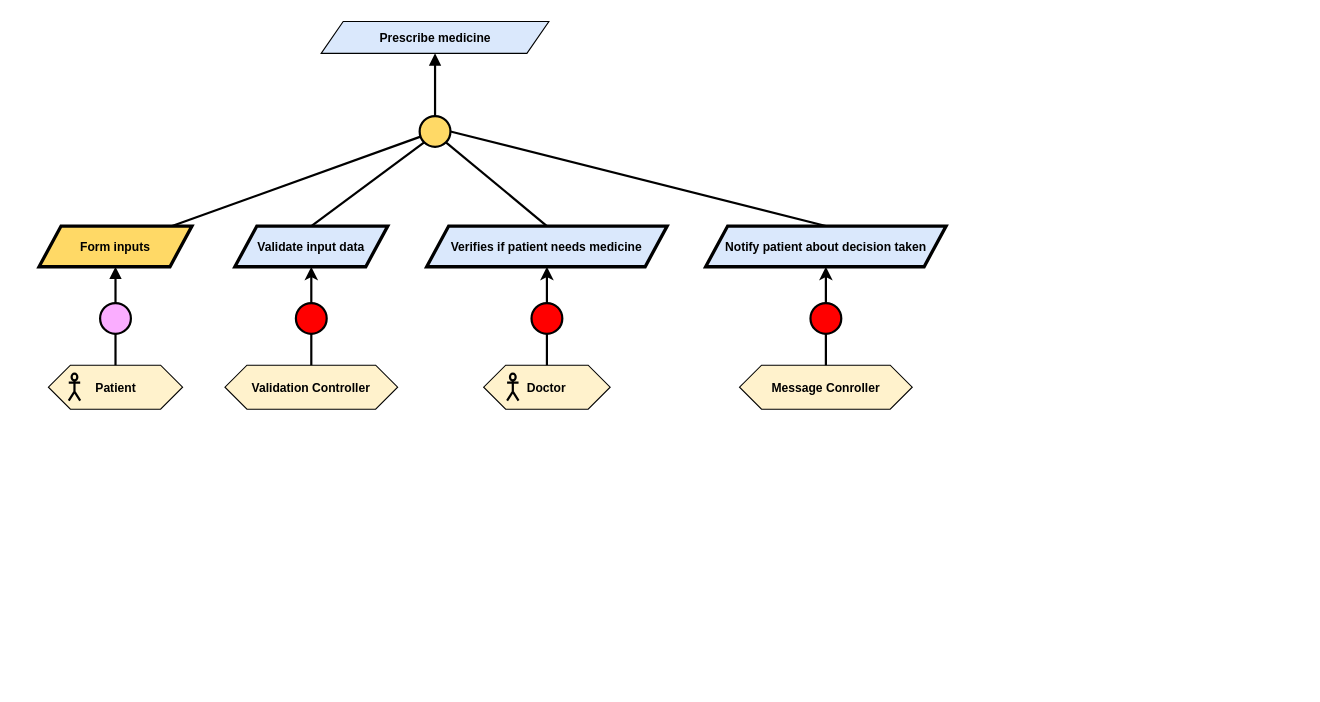
RafaelCMira/myclinic-msp-project keeps this draw.io diagram as Kaos/KAOS 12.drawio. Above is the earlier version. Source tidied: cells renumbered, new cells numbered last; positions are measured from the earlier drawing's top-left corner, leaving out a move shared by most shapes. Both pictures are drawn from the tidied source at 110%, with x=0, y=0 at pixel (38, 21).
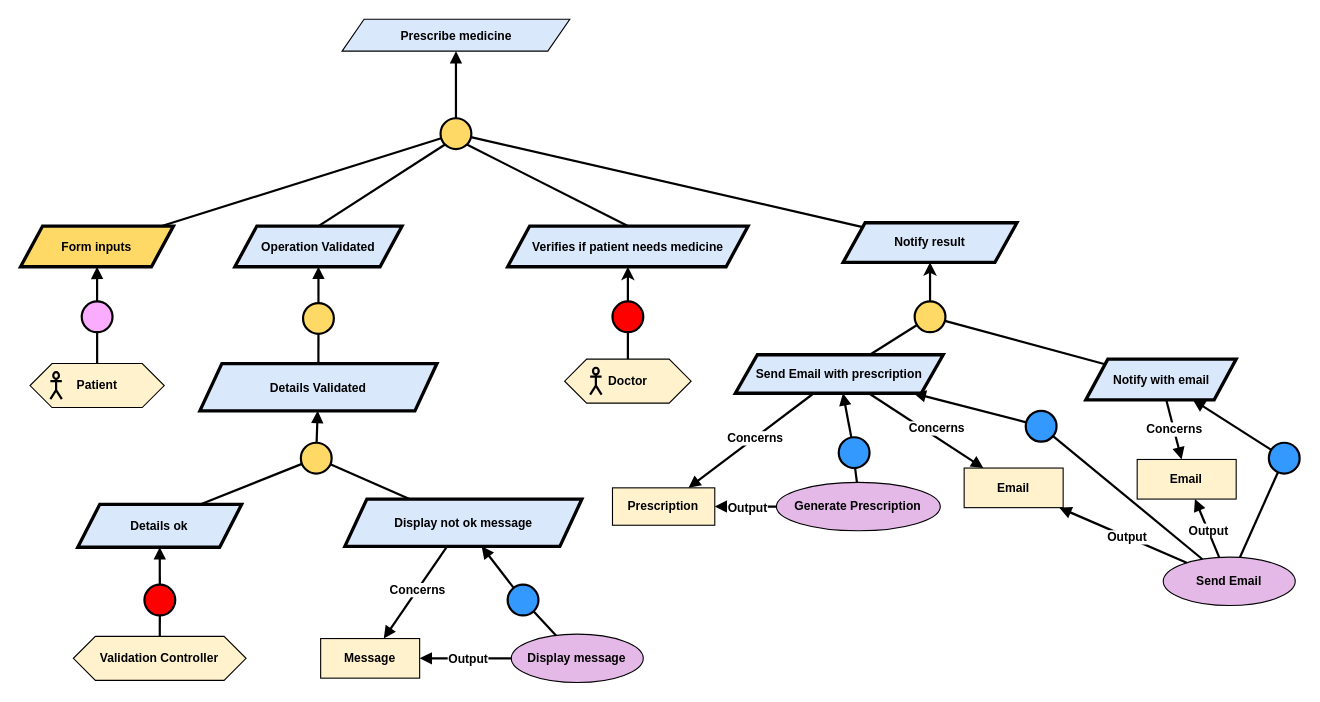
Above is the later version.

The edit, as a diff of the source:
```diff
@@
     <mxCell id="2" value="&lt;b&gt;Prescribe medicine&lt;/b&gt;" style="shape=parallelogram;perimeter=parallelogramPerimeter;whiteSpace=wrap;html=1;fixedSize=1;fillColor=#dae8fc;strokeColor=#000000;fontFamily=Helvetica;fontSize=11;fontColor=default;labelBackgroundColor=none;" parent="1" vertex="1">
-      <mxGeometry x="256.5" width="207" height="29" as="geometry" />
+      <mxGeometry x="275.5" y="-2" width="207" height="29" as="geometry" />
     </mxCell>
     <mxCell id="3" value="&lt;b&gt;Form inputs&lt;/b&gt;" style="shape=parallelogram;perimeter=parallelogramPerimeter;whiteSpace=wrap;html=1;fixedSize=1;fillColor=#FFD966;strokeColor=#000000;strokeWidth=3;fontFamily=Helvetica;fontSize=11;fontColor=default;labelBackgroundColor=none;" parent="1" vertex="1">
-      <mxGeometry y="186" width="139" height="37" as="geometry" />
+      <mxGeometry x="-16.8" y="186" width="139" height="37" as="geometry" />
     </mxCell>
     <mxCell id="4" value="&lt;b&gt;Patient&lt;/b&gt;" style="shape=hexagon;perimeter=hexagonPerimeter2;whiteSpace=wrap;html=1;fixedSize=1;fillColor=#FFF2CC;fontFamily=Helvetica;fontSize=11;fontColor=default;labelBackgroundColor=none;" parent="1" vertex="1">
-      <mxGeometry x="8.5" y="312.5" width="122" height="40" as="geometry" />
+      <mxGeometry x="-8.2" y="311" width="122" height="40" as="geometry" />
     </mxCell>
     <mxCell id="5" style="shape=umlActor;verticalLabelPosition=bottom;verticalAlign=top;html=1;fillColor=none;strokeWidth=2;fontFamily=Helvetica;fontSize=11;fontColor=default;labelBackgroundColor=default;" parent="1" vertex="1">
-      <mxGeometry x="27" y="320.2" width="10.4" height="24.5" as="geometry" />
+      <mxGeometry x="10.3" y="318.8" width="10.4" height="24.5" as="geometry" />
     </mxCell>
     <mxCell id="6" style="ellipse;whiteSpace=wrap;html=1;fillColor=#FFD966;strokeWidth=2;" parent="1" vertex="1">
-      <mxGeometry x="346" y="86" width="28" height="28" as="geometry" />
+      <mxGeometry x="365" y="88" width="28" height="28" as="geometry" />
     </mxCell>
@@
     <mxCell id="9" style="ellipse;whiteSpace=wrap;html=1;fillColor=#FAADFF;strokeWidth=2;fontFamily=Helvetica;fontSize=11;fontColor=default;labelBackgroundColor=default;" parent="1" vertex="1">
-      <mxGeometry x="55.5" y="256" width="28" height="28" as="geometry" />
+      <mxGeometry x="38.8" y="254.5" width="28" height="28" as="geometry" />
     </mxCell>
@@
-    <mxCell id="12" value="&lt;b&gt;Doctor&lt;/b&gt;" style="shape=hexagon;perimeter=hexagonPerimeter2;whiteSpace=wrap;html=1;fixedSize=1;fillColor=#FFF2CC;fontFamily=Helvetica;fontSize=11;fontColor=default;labelBackgroundColor=none;" parent="1" vertex="1">
-      <mxGeometry x="404.2" y="312.5" width="115" height="40" as="geometry" />
-    </mxCell>
-    <mxCell id="13" style="shape=umlActor;verticalLabelPosition=bottom;verticalAlign=top;html=1;fillColor=none;strokeWidth=2;fontFamily=Helvetica;fontSize=11;fontColor=default;labelBackgroundColor=default;" parent="1" vertex="1">
-      <mxGeometry x="425.5" y="320.2" width="10.4" height="24.5" as="geometry" />
-    </mxCell>
     <mxCell id="14" style="ellipse;whiteSpace=wrap;html=1;fillColor=#FF0000;strokeWidth=2;fontFamily=Helvetica;fontSize=11;fontColor=default;labelBackgroundColor=default;" parent="1" vertex="1">
-      <mxGeometry x="447.7" y="256" width="28" height="28" as="geometry" />
+      <mxGeometry x="521.3" y="254.5" width="28" height="28" as="geometry" />
     </mxCell>
@@
     <mxCell id="16" value="&lt;b&gt;Validation Controller&lt;/b&gt;" style="shape=hexagon;perimeter=hexagonPerimeter2;whiteSpace=wrap;html=1;fixedSize=1;fillColor=#FFF2CC;fontFamily=Helvetica;fontSize=11;fontColor=default;labelBackgroundColor=none;" parent="1" vertex="1">
-      <mxGeometry x="169" y="312.5" width="157" height="40" as="geometry" />
+      <mxGeometry x="31.2" y="559" width="157" height="40" as="geometry" />
     </mxCell>
-    <mxCell id="17" value="&lt;b&gt;Validate input data&lt;/b&gt;" style="shape=parallelogram;perimeter=parallelogramPerimeter;whiteSpace=wrap;html=1;fixedSize=1;strokeWidth=3;fontFamily=Helvetica;fontSize=11;labelBackgroundColor=none;fillColor=#dae8fc;strokeColor=default;" parent="1" vertex="1">
-      <mxGeometry x="178" y="186" width="139" height="37" as="geometry" />
+    <mxCell id="17" value="&lt;b&gt;Operation Validated&lt;/b&gt;" style="shape=parallelogram;perimeter=parallelogramPerimeter;whiteSpace=wrap;html=1;fixedSize=1;strokeWidth=3;fontFamily=Helvetica;fontSize=11;labelBackgroundColor=none;fillColor=#dae8fc;strokeColor=default;" parent="1" vertex="1">
+      <mxGeometry x="178" y="186" width="152" height="37" as="geometry" />
     </mxCell>
-    <mxCell id="18" style="ellipse;whiteSpace=wrap;html=1;fillColor=#FF0000;strokeWidth=2;fontFamily=Helvetica;fontSize=11;fontColor=default;labelBackgroundColor=default;" parent="1" vertex="1">
-      <mxGeometry x="233.5" y="256" width="28" height="28" as="geometry" />
-    </mxCell>
-    <mxCell id="19" style="endArrow=classic;html=1;rounded=0;exitX=0.5;exitY=0;exitDx=0;exitDy=0;strokeWidth=2;" parent="1" edge="1" source="18" target="17">
-      <mxGeometry relative="1" as="geometry" />
-    </mxCell>
@@
     <mxCell id="21" value="&lt;b&gt;Verifies if patient needs medicine&lt;/b&gt;" style="shape=parallelogram;perimeter=parallelogramPerimeter;whiteSpace=wrap;html=1;fixedSize=1;strokeWidth=3;fontFamily=Helvetica;fontSize=11;labelBackgroundColor=none;fillColor=#dae8fc;strokeColor=default;" parent="1" vertex="1">
-      <mxGeometry x="352.4" y="186" width="218.6" height="37" as="geometry" />
+      <mxGeometry x="426" y="186" width="218.6" height="37" as="geometry" />
     </mxCell>
-    <mxCell id="22" style="endArrow=classic;html=1;rounded=0;exitX=0.5;exitY=0;exitDx=0;exitDy=0;strokeWidth=2;" parent="1" edge="1" source="14" target="21">
+    <mxCell id="22" style="endArrow=classic;html=1;rounded=0;strokeWidth=2;" parent="1" edge="1" source="14" target="21">
       <mxGeometry relative="1" as="geometry" />
     </mxCell>
@@
-    <mxCell id="24" value="&lt;b&gt;Notify patient about decision taken&lt;/b&gt;" style="shape=parallelogram;perimeter=parallelogramPerimeter;whiteSpace=wrap;html=1;fixedSize=1;strokeWidth=3;fontFamily=Helvetica;fontSize=11;labelBackgroundColor=none;fillColor=#dae8fc;strokeColor=default;" parent="1" vertex="1">
-      <mxGeometry x="606" y="186" width="218.6" height="37" as="geometry" />
-    </mxCell>
-    <mxCell id="25" value="&lt;b&gt;Message Conroller&lt;/b&gt;" style="shape=hexagon;perimeter=hexagonPerimeter2;whiteSpace=wrap;html=1;fixedSize=1;fillColor=#FFF2CC;fontFamily=Helvetica;fontSize=11;fontColor=default;labelBackgroundColor=none;" parent="1" vertex="1">
-      <mxGeometry x="636.8" y="312.5" width="157" height="40" as="geometry" />
-    </mxCell>
-    <mxCell id="26" style="ellipse;whiteSpace=wrap;html=1;fillColor=#FF0000;strokeWidth=2;fontFamily=Helvetica;fontSize=11;fontColor=default;labelBackgroundColor=default;" parent="1" vertex="1">
-      <mxGeometry x="701.3" y="256" width="28" height="28" as="geometry" />
-    </mxCell>
-    <mxCell id="27" style="endArrow=none;html=1;rounded=0;exitX=0.5;exitY=0;exitDx=0;exitDy=0;entryX=0.5;entryY=1;entryDx=0;entryDy=0;strokeWidth=2;" parent="1" edge="1" source="25" target="26">
-      <mxGeometry relative="1" as="geometry" />
-    </mxCell>
-    <mxCell id="28" style="endArrow=classic;html=1;rounded=0;exitX=0.5;exitY=0;exitDx=0;exitDy=0;entryX=0.5;entryY=1;entryDx=0;entryDy=0;strokeWidth=2;" parent="1" edge="1" source="26" target="24">
-      <mxGeometry relative="1" as="geometry" />
-    </mxCell>
-    <mxCell id="29" style="endArrow=none;html=1;rounded=0;exitX=1;exitY=0.5;exitDx=0;exitDy=0;entryX=0.5;entryY=0;entryDx=0;entryDy=0;strokeWidth=2;" parent="1" edge="1" source="6" target="24">
-      <mxGeometry relative="1" as="geometry" />
-    </mxCell>
-    <mxCell id="30" style="endArrow=none;html=1;rounded=0;strokeWidth=2;strokeColor=default;align=center;verticalAlign=middle;fontFamily=Helvetica;fontSize=11;fontColor=default;labelBackgroundColor=default;entryX=0.5;entryY=1;entryDx=0;entryDy=0;exitX=0.5;exitY=0;exitDx=0;exitDy=0;" parent="1" edge="1" source="16" target="18">
-      <mxGeometry relative="1" as="geometry" />
-    </mxCell>
+    <mxCell id="31" style="ellipse;whiteSpace=wrap;html=1;fillColor=#FFD966;strokeWidth=2;" parent="1" vertex="1">
+      <mxGeometry x="240" y="256" width="28" height="28" as="geometry" />
+    </mxCell>
+    <mxCell id="32" style="endArrow=block;html=1;rounded=0;endFill=1;strokeWidth=2;" parent="1" edge="1" source="31" target="17">
+      <mxGeometry relative="1" as="geometry" />
+    </mxCell>
+    <mxCell id="33" style="endArrow=none;html=1;rounded=0;strokeWidth=2;" parent="1" edge="1" source="34" target="31">
+      <mxGeometry relative="1" as="geometry" />
+    </mxCell>
+    <mxCell id="34" value="&lt;b&gt;Details Validated&lt;/b&gt;" style="shape=parallelogram;perimeter=parallelogramPerimeter;whiteSpace=wrap;html=1;fixedSize=1;fillColor=#dae8fc;strokeColor=#000000;strokeWidth=3;fontFamily=Helvetica;fontSize=11;fontColor=default;labelBackgroundColor=none;" parent="1" vertex="1">
+      <mxGeometry x="146.2" y="311" width="215.5" height="43" as="geometry" />
+    </mxCell>
+    <mxCell id="35" value="&lt;b&gt;Details ok&lt;/b&gt;" style="shape=parallelogram;perimeter=parallelogramPerimeter;whiteSpace=wrap;html=1;fixedSize=1;fillColor=#dae8fc;strokeColor=#000000;strokeWidth=3;fontFamily=Helvetica;fontSize=11;fontColor=default;labelBackgroundColor=none;" parent="1" vertex="1">
+      <mxGeometry x="35.2" y="439" width="149" height="39" as="geometry" />
+    </mxCell>
+    <mxCell id="36" value="&lt;b&gt;Display not ok message&lt;/b&gt;" style="shape=parallelogram;perimeter=parallelogramPerimeter;whiteSpace=wrap;html=1;fixedSize=1;fillColor=#dae8fc;strokeColor=#000000;strokeWidth=3;fontFamily=Helvetica;fontSize=11;fontColor=default;labelBackgroundColor=none;" parent="1" vertex="1">
+      <mxGeometry x="278" y="434.2" width="215.5" height="43" as="geometry" />
+    </mxCell>
+    <mxCell id="37" value="&lt;b&gt;Display message&lt;/b&gt;" style="ellipse;whiteSpace=wrap;html=1;fillColor=#E4B9E7;strokeColor=#000000;fontFamily=Helvetica;fontSize=11;fontColor=default;labelBackgroundColor=none;" parent="1" vertex="1">
+      <mxGeometry x="429.3" y="557" width="120" height="44" as="geometry" />
+    </mxCell>
+    <mxCell id="38" style="ellipse;whiteSpace=wrap;html=1;fillColor=#3399FF;strokeWidth=2;" parent="1" vertex="1">
+      <mxGeometry x="426" y="512" width="28" height="28" as="geometry" />
+    </mxCell>
+    <mxCell id="39" style="endArrow=block;html=1;rounded=0;endFill=1;strokeWidth=2;" parent="1" edge="1" source="38" target="36">
+      <mxGeometry relative="1" as="geometry" />
+    </mxCell>
+    <mxCell id="40" style="endArrow=none;html=1;rounded=0;strokeWidth=2;" parent="1" edge="1" source="37" target="38">
+      <mxGeometry relative="1" as="geometry" />
+    </mxCell>
+    <mxCell id="41" value="&lt;b&gt;Message&lt;/b&gt;" style="rounded=0;whiteSpace=wrap;html=1;fillColor=#FFF2CC;fontFamily=Helvetica;fontSize=11;fontColor=default;labelBackgroundColor=none;" parent="1" vertex="1">
+      <mxGeometry x="256" y="561" width="90" height="36" as="geometry" />
+    </mxCell>
+    <mxCell id="42" style="endArrow=block;html=1;rounded=0;endFill=1;strokeWidth=2;" parent="1" edge="1" source="36" target="41">
+      <mxGeometry relative="1" as="geometry" />
+    </mxCell>
+    <mxCell id="43" value="&lt;b&gt;Concerns&lt;/b&gt;" style="edgeLabel;html=1;align=center;verticalAlign=middle;" parent="42" vertex="1">
+      <mxGeometry x="-0.05" relative="1" as="geometry" />
+    </mxCell>
+    <mxCell id="44" style="endArrow=block;html=1;rounded=0;endFill=1;strokeWidth=2;" parent="1" edge="1" source="37" target="41">
+      <mxGeometry relative="1" as="geometry" />
+    </mxCell>
+    <mxCell id="45" value="&lt;b&gt;Output&lt;/b&gt;" style="edgeLabel;html=1;align=center;verticalAlign=middle;" parent="44" vertex="1">
+      <mxGeometry x="-0.05" relative="1" as="geometry" />
+    </mxCell>
+    <mxCell id="46" style="ellipse;whiteSpace=wrap;html=1;fillColor=#FF0000;strokeWidth=2;" parent="1" vertex="1">
+      <mxGeometry x="95.8" y="512" width="28" height="28" as="geometry" />
+    </mxCell>
+    <mxCell id="47" style="endArrow=block;html=1;rounded=0;endFill=1;strokeWidth=2;" parent="1" edge="1" source="46" target="35">
+      <mxGeometry relative="1" as="geometry" />
+    </mxCell>
+    <mxCell id="48" style="endArrow=none;html=1;rounded=0;strokeWidth=2;" parent="1" edge="1" source="16" target="46">
+      <mxGeometry relative="1" as="geometry" />
+    </mxCell>
+    <mxCell id="49" style="ellipse;whiteSpace=wrap;html=1;fillColor=#FFD966;strokeWidth=2;" parent="1" vertex="1">
+      <mxGeometry x="238" y="383" width="28" height="28" as="geometry" />
+    </mxCell>
+    <mxCell id="50" style="endArrow=block;html=1;rounded=0;endFill=1;strokeWidth=2;" parent="1" edge="1" source="49" target="34">
+      <mxGeometry relative="1" as="geometry" />
+    </mxCell>
+    <mxCell id="51" style="endArrow=none;html=1;rounded=0;strokeWidth=2;exitX=0.75;exitY=0;exitDx=0;exitDy=0;" parent="1" edge="1" source="35" target="49">
+      <mxGeometry relative="1" as="geometry" />
+    </mxCell>
+    <mxCell id="52" style="endArrow=none;html=1;rounded=0;strokeWidth=2;" parent="1" edge="1" source="49" target="36">
+      <mxGeometry relative="1" as="geometry" />
+    </mxCell>
+    <mxCell id="53" value="&lt;b&gt;Send Email with prescription&lt;/b&gt;" style="shape=parallelogram;perimeter=parallelogramPerimeter;whiteSpace=wrap;html=1;fixedSize=1;fillColor=#dae8fc;strokeColor=#000000;strokeWidth=3;fontFamily=Helvetica;fontSize=11;fontColor=default;labelBackgroundColor=none;" parent="1" vertex="1">
+      <mxGeometry x="633" y="303" width="189" height="35" as="geometry" />
+    </mxCell>
+    <mxCell id="54" style="ellipse;whiteSpace=wrap;html=1;fillColor=#FFD966;strokeWidth=2;" parent="1" vertex="1">
+      <mxGeometry x="796" y="254.5" width="28" height="28" as="geometry" />
+    </mxCell>
+    <mxCell id="55" style="endArrow=none;html=1;rounded=0;strokeWidth=2;" parent="1" edge="1" source="53" target="54">
+      <mxGeometry relative="1" as="geometry" />
+    </mxCell>
+    <mxCell id="56" value="&lt;b&gt;Notify with email&lt;/b&gt;" style="shape=parallelogram;perimeter=parallelogramPerimeter;whiteSpace=wrap;html=1;fixedSize=1;fillColor=#dae8fc;strokeColor=#000000;strokeWidth=3;fontFamily=Helvetica;fontSize=11;fontColor=default;labelBackgroundColor=none;" parent="1" vertex="1">
+      <mxGeometry x="951.6" y="307" width="136.7" height="37" as="geometry" />
+    </mxCell>
+    <mxCell id="57" style="endArrow=none;html=1;rounded=0;strokeWidth=2;" parent="1" edge="1" source="56" target="54">
+      <mxGeometry relative="1" as="geometry" />
+    </mxCell>
+    <mxCell id="58" value="&lt;b&gt;Send Email&lt;/b&gt;" style="ellipse;whiteSpace=wrap;html=1;fillColor=#E4B9E7;strokeColor=#000000;fontFamily=Helvetica;fontSize=11;fontColor=default;labelBackgroundColor=none;" parent="1" vertex="1">
+      <mxGeometry x="1022" y="487" width="120" height="44" as="geometry" />
+    </mxCell>
+    <mxCell id="59" style="ellipse;whiteSpace=wrap;html=1;fillColor=#3399FF;strokeWidth=2;" parent="1" vertex="1">
+      <mxGeometry x="1118" y="383" width="28" height="28" as="geometry" />
+    </mxCell>
+    <mxCell id="60" style="endArrow=block;html=1;rounded=0;endFill=1;strokeWidth=2;" parent="1" edge="1" source="59" target="56">
+      <mxGeometry relative="1" as="geometry" />
+    </mxCell>
+    <mxCell id="61" style="endArrow=none;html=1;rounded=0;strokeWidth=2;" parent="1" edge="1" source="58" target="59">
+      <mxGeometry relative="1" as="geometry" />
+    </mxCell>
+    <mxCell id="62" value="&lt;b&gt;Email&lt;/b&gt;" style="rounded=0;whiteSpace=wrap;html=1;fillColor=#FFF2CC;fontFamily=Helvetica;fontSize=11;fontColor=default;labelBackgroundColor=none;" parent="1" vertex="1">
+      <mxGeometry x="998.3" y="398.2" width="90" height="36" as="geometry" />
+    </mxCell>
+    <mxCell id="63" style="endArrow=block;html=1;rounded=0;endFill=1;strokeWidth=2;" parent="1" edge="1" source="56" target="62">
+      <mxGeometry relative="1" as="geometry" />
+    </mxCell>
+    <mxCell id="64" value="&lt;b&gt;Concerns&lt;/b&gt;" style="edgeLabel;html=1;align=center;verticalAlign=middle;" parent="63" vertex="1">
+      <mxGeometry x="-0.05" relative="1" as="geometry" />
+    </mxCell>
+    <mxCell id="65" style="endArrow=block;html=1;rounded=0;endFill=1;strokeWidth=2;" parent="1" edge="1" source="58" target="62">
+      <mxGeometry relative="1" as="geometry" />
+    </mxCell>
+    <mxCell id="66" value="&lt;b&gt;Output&lt;/b&gt;" style="edgeLabel;html=1;align=center;verticalAlign=middle;" parent="65" vertex="1">
+      <mxGeometry x="-0.05" relative="1" as="geometry" />
+    </mxCell>
+    <mxCell id="67" value="&lt;b&gt;Generate Prescription&lt;/b&gt;" style="ellipse;whiteSpace=wrap;html=1;fillColor=#E4B9E7;strokeColor=#000000;fontFamily=Helvetica;fontSize=11;fontColor=default;labelBackgroundColor=none;" parent="1" vertex="1">
+      <mxGeometry x="670.3" y="419" width="149" height="44" as="geometry" />
+    </mxCell>
+    <mxCell id="68" style="ellipse;whiteSpace=wrap;html=1;fillColor=#3399FF;strokeWidth=2;" parent="1" vertex="1">
+      <mxGeometry x="727" y="378" width="28" height="28" as="geometry" />
+    </mxCell>
+    <mxCell id="69" style="endArrow=block;html=1;rounded=0;endFill=1;strokeWidth=2;" parent="1" edge="1" source="68" target="53">
+      <mxGeometry relative="1" as="geometry" />
+    </mxCell>
+    <mxCell id="70" style="endArrow=none;html=1;rounded=0;strokeWidth=2;" parent="1" edge="1" source="67" target="68">
+      <mxGeometry relative="1" as="geometry" />
+    </mxCell>
+    <mxCell id="71" value="&lt;b&gt;Prescription&lt;/b&gt;" style="rounded=0;whiteSpace=wrap;html=1;fillColor=#FFF2CC;fontFamily=Helvetica;fontSize=11;fontColor=default;labelBackgroundColor=none;" parent="1" vertex="1">
+      <mxGeometry x="521.3" y="424" width="93" height="34" as="geometry" />
+    </mxCell>
+    <mxCell id="72" style="endArrow=block;html=1;rounded=0;endFill=1;strokeWidth=2;" parent="1" edge="1" source="67" target="71">
+      <mxGeometry relative="1" as="geometry" />
+    </mxCell>
+    <mxCell id="73" value="&lt;b&gt;Output&lt;/b&gt;" style="edgeLabel;html=1;align=center;verticalAlign=middle;" parent="72" vertex="1">
+      <mxGeometry x="-0.05" relative="1" as="geometry" />
+    </mxCell>
+    <mxCell id="74" style="endArrow=block;html=1;rounded=0;endFill=1;strokeWidth=2;" parent="1" edge="1" source="53" target="71">
+      <mxGeometry relative="1" as="geometry" />
+    </mxCell>
+    <mxCell id="75" value="&lt;b&gt;Concerns&lt;/b&gt;" style="edgeLabel;html=1;align=center;verticalAlign=middle;" parent="74" vertex="1">
+      <mxGeometry x="-0.05" relative="1" as="geometry" />
+    </mxCell>
+    <mxCell id="76" value="&lt;b&gt;Email&lt;/b&gt;" style="rounded=0;whiteSpace=wrap;html=1;fillColor=#FFF2CC;fontFamily=Helvetica;fontSize=11;fontColor=default;labelBackgroundColor=none;" parent="1" vertex="1">
+      <mxGeometry x="841" y="406" width="90" height="36" as="geometry" />
+    </mxCell>
+    <mxCell id="77" style="endArrow=block;html=1;rounded=0;endFill=1;strokeWidth=2;" parent="1" edge="1" source="58" target="76">
+      <mxGeometry relative="1" as="geometry" />
+    </mxCell>
+    <mxCell id="78" value="&lt;b&gt;Output&lt;/b&gt;" style="edgeLabel;html=1;align=center;verticalAlign=middle;" parent="77" vertex="1">
+      <mxGeometry x="-0.05" relative="1" as="geometry" />
+    </mxCell>
+    <mxCell id="79" style="ellipse;whiteSpace=wrap;html=1;fillColor=#3399FF;strokeWidth=2;" parent="1" vertex="1">
+      <mxGeometry x="897" y="354" width="28" height="28" as="geometry" />
+    </mxCell>
+    <mxCell id="80" style="endArrow=block;html=1;rounded=0;endFill=1;strokeWidth=2;" parent="1" edge="1" source="79" target="53">
+      <mxGeometry relative="1" as="geometry" />
+    </mxCell>
+    <mxCell id="81" style="endArrow=none;html=1;rounded=0;strokeWidth=2;" parent="1" edge="1" source="58" target="79">
+      <mxGeometry relative="1" as="geometry" />
+    </mxCell>
+    <mxCell id="82" style="endArrow=block;html=1;rounded=0;endFill=1;strokeWidth=2;" parent="1" edge="1" source="53" target="76">
+      <mxGeometry relative="1" as="geometry" />
+    </mxCell>
+    <mxCell id="83" value="&lt;b&gt;Concerns&lt;/b&gt;" style="edgeLabel;html=1;align=center;verticalAlign=middle;" parent="82" vertex="1">
+      <mxGeometry x="-0.05" relative="1" as="geometry">
+        <mxPoint x="12" y="-1" as="offset" />
+      </mxGeometry>
+    </mxCell>
+    <mxCell id="84" style="group;" parent="1" vertex="1">
+      <mxGeometry x="477.8" y="307" width="115" height="40" as="geometry" />
+    </mxCell>
+    <mxCell id="12" value="&lt;b&gt;Doctor&lt;/b&gt;" style="shape=hexagon;perimeter=hexagonPerimeter2;whiteSpace=wrap;html=1;fixedSize=1;fillColor=#FFF2CC;fontFamily=Helvetica;fontSize=11;fontColor=default;labelBackgroundColor=none;" parent="84" vertex="1">
+      <mxGeometry width="115" height="40" as="geometry" />
+    </mxCell>
+    <mxCell id="13" style="shape=umlActor;verticalLabelPosition=bottom;verticalAlign=top;html=1;fillColor=none;strokeWidth=2;fontFamily=Helvetica;fontSize=11;fontColor=default;labelBackgroundColor=default;" parent="84" vertex="1">
+      <mxGeometry x="23.2" y="7.8" width="10.4" height="24.5" as="geometry" />
+    </mxCell>
+    <mxCell id="85" value="&lt;b&gt;Notify result&lt;/b&gt;" style="shape=parallelogram;perimeter=parallelogramPerimeter;whiteSpace=wrap;html=1;fixedSize=1;fillColor=#dae8fc;strokeColor=#000000;strokeWidth=3;fontFamily=Helvetica;fontSize=11;fontColor=default;labelBackgroundColor=none;" parent="1" vertex="1">
+      <mxGeometry x="731" y="183" width="158" height="36" as="geometry" />
+    </mxCell>
+    <mxCell id="86" style="endArrow=none;html=1;rounded=0;strokeWidth=2;" parent="1" edge="1" source="85" target="6">
+      <mxGeometry relative="1" as="geometry" />
+    </mxCell>
+    <mxCell id="87" style="endArrow=classic;html=1;rounded=0;strokeWidth=2;" parent="1" edge="1" source="54" target="85">
+      <mxGeometry relative="1" as="geometry" />
+    </mxCell>
```
